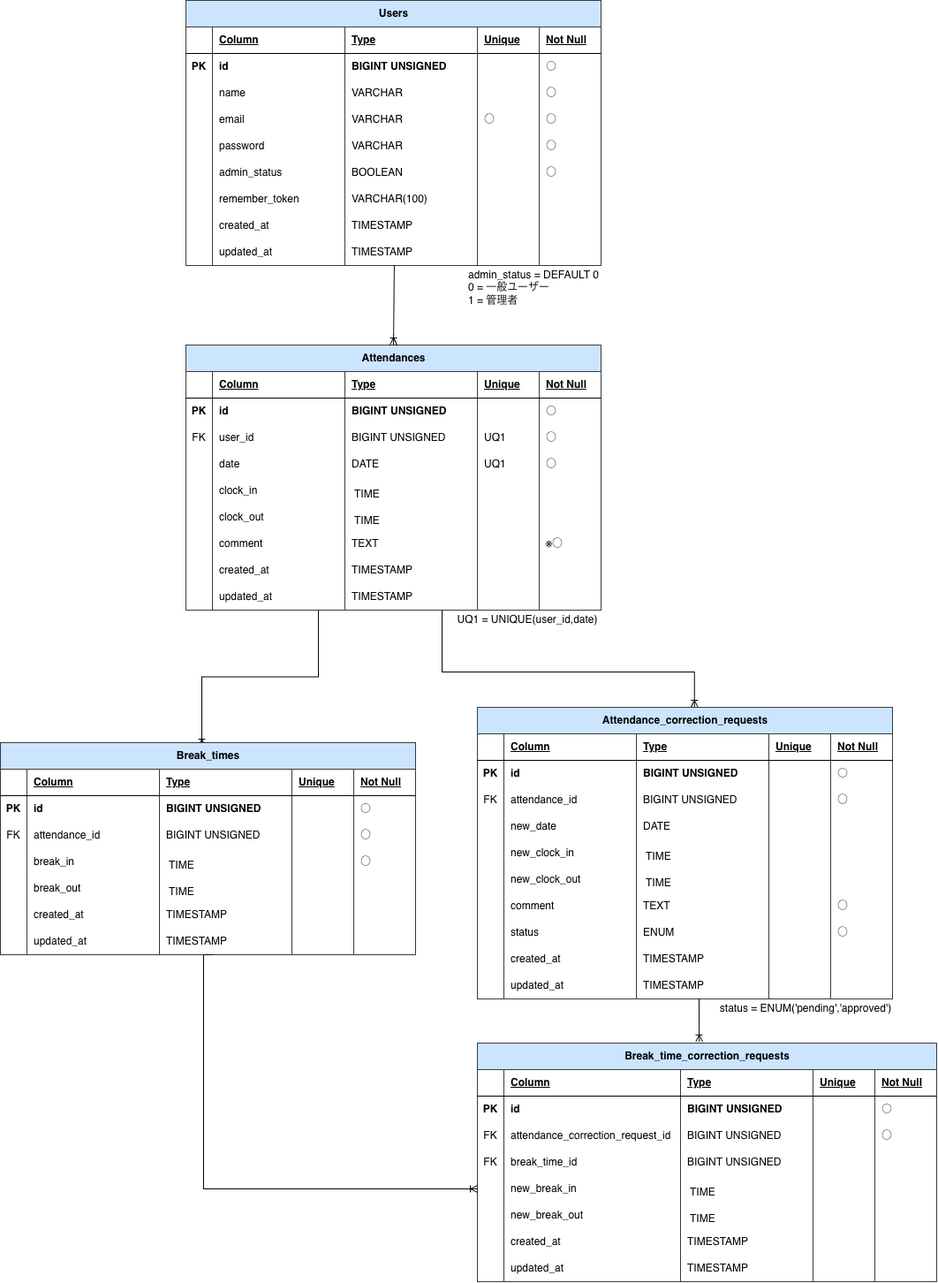
Above: docs/勤怠管理システム_ER図.drawio.png in Satoshi-Kamoshida/attendance-app (draw.io), before the change. Source tidied: cells renumbered, new cells last; positions are measured from the earlier drawing's top-left corner, leaving out a move shared by most shapes.
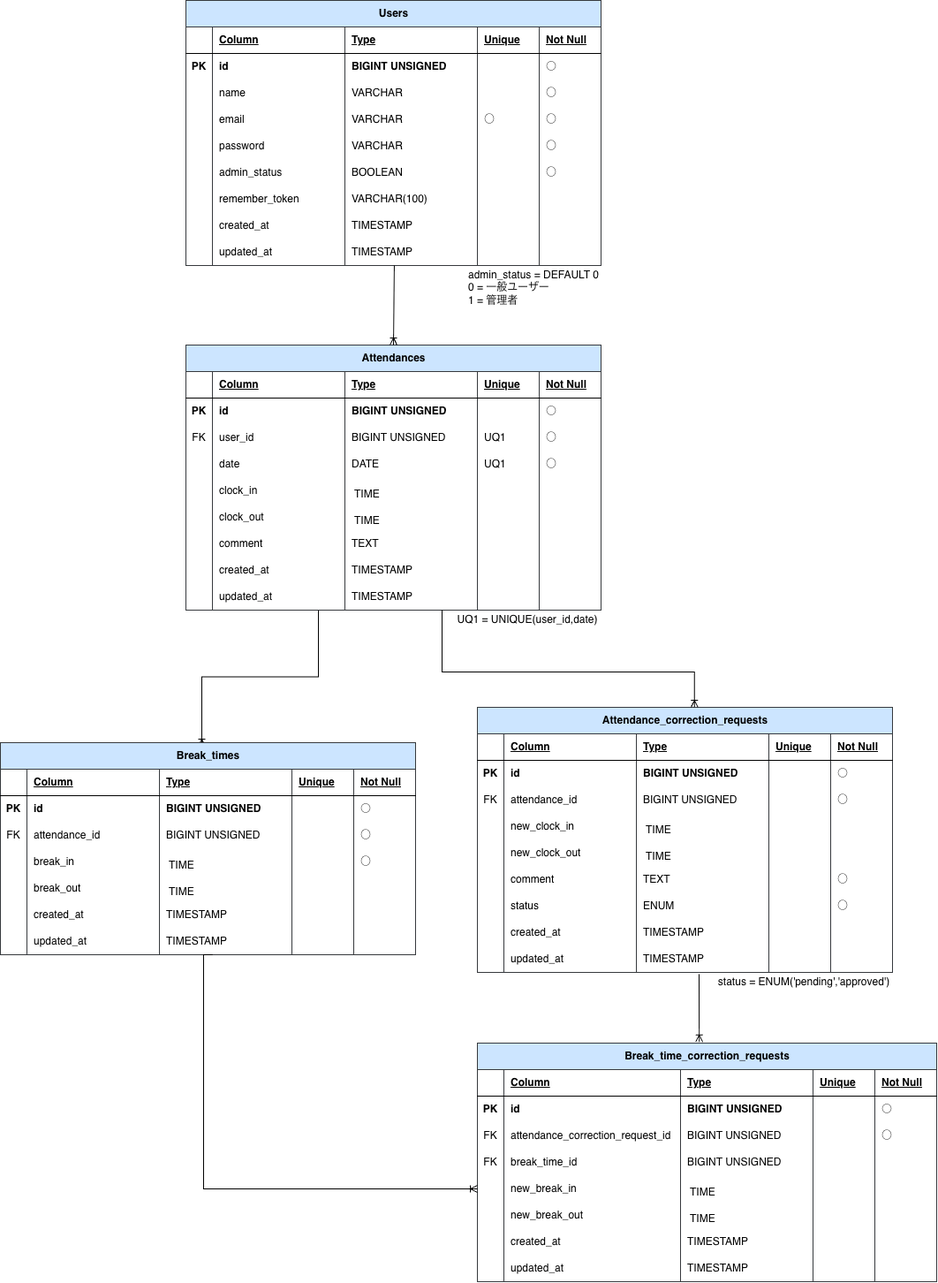
Later version of the same file.

The edit, as a diff of the source:
```diff
@@ -298,7 +298,7 @@
     <mxCell id="99" style="shape=partialRectangle;fillColor=none;top=0;left=0;bottom=0;right=0;align=left;spacingLeft=6;overflow=hidden;whiteSpace=wrap;html=1;" parent="95" vertex="1">
       <mxGeometry x="330" width="70" height="30" as="geometry" />
     </mxCell>
-    <mxCell id="100" value="※○" style="shape=partialRectangle;fillColor=none;top=0;left=0;bottom=0;right=0;align=left;spacingLeft=6;overflow=hidden;whiteSpace=wrap;html=1;" parent="95" vertex="1">
+    <mxCell id="100" style="shape=partialRectangle;fillColor=none;top=0;left=0;bottom=0;right=0;align=left;spacingLeft=6;overflow=hidden;whiteSpace=wrap;html=1;" parent="95" vertex="1">
       <mxGeometry x="400" width="70" height="30" as="geometry" />
     </mxCell>
     <mxCell id="101" style="shape=tableRow;horizontal=0;startSize=0;swimlaneHead=0;swimlaneBody=0;fillColor=none;top=0;left=0;right=0;bottom=0;" parent="58" vertex="1">
@@ -470,7 +470,7 @@
       <mxGeometry x="400" width="70" height="30" as="geometry" />
     </mxCell>
     <mxCell id="157" value="Attendance_correction_requests" style="shape=table;startSize=30;rowLines=0;fontStyle=1;align=center;html=1;fillColor=#cce5ff;strokeColor=#36393d;" parent="1" vertex="1">
-      <mxGeometry x="540" y="800" width="470" height="330" as="geometry" />
+      <mxGeometry x="540" y="800" width="470" height="300" as="geometry" />
     </mxCell>
     <mxCell id="158" style="shape=tableRow;horizontal=0;startSize=0;swimlaneHead=0;swimlaneBody=0;fillColor=none;top=0;left=0;right=0;bottom=1;" parent="157" vertex="1">
       <mxGeometry y="30" width="470" height="30" as="geometry" />
@@ -526,26 +526,8 @@
     <mxCell id="175" value="○" style="shape=partialRectangle;fillColor=none;top=0;left=0;bottom=0;right=0;align=left;spacingLeft=6;overflow=hidden;whiteSpace=wrap;html=1;" parent="170" vertex="1">
       <mxGeometry x="400" width="70" height="30" as="geometry" />
     </mxCell>
-    <mxCell id="176" style="shape=tableRow;horizontal=0;startSize=0;swimlaneHead=0;swimlaneBody=0;fillColor=none;top=0;left=0;right=0;bottom=0;" parent="157" vertex="1">
-      <mxGeometry y="120" width="470" height="30" as="geometry" />
-    </mxCell>
-    <mxCell id="177" style="shape=partialRectangle;fillColor=none;top=0;left=0;bottom=0;right=0;overflow=hidden;whiteSpace=wrap;html=1;" parent="176" vertex="1">
-      <mxGeometry width="30" height="30" as="geometry" />
-    </mxCell>
-    <mxCell id="178" value="new_date" style="shape=partialRectangle;fillColor=none;top=0;left=0;bottom=0;right=0;align=left;spacingLeft=6;overflow=hidden;whiteSpace=wrap;html=1;" parent="176" vertex="1">
-      <mxGeometry x="30" width="150" height="30" as="geometry" />
-    </mxCell>
-    <mxCell id="179" value="DATE" style="shape=partialRectangle;fillColor=none;top=0;left=0;bottom=0;right=0;align=left;spacingLeft=6;overflow=hidden;whiteSpace=wrap;html=1;" parent="176" vertex="1">
-      <mxGeometry x="180" width="150" height="30" as="geometry" />
-    </mxCell>
-    <mxCell id="180" style="shape=partialRectangle;fillColor=none;top=0;left=0;bottom=0;right=0;align=left;spacingLeft=6;overflow=hidden;whiteSpace=wrap;html=1;" parent="176" vertex="1">
-      <mxGeometry x="330" width="70" height="30" as="geometry" />
-    </mxCell>
-    <mxCell id="181" style="shape=partialRectangle;fillColor=none;top=0;left=0;bottom=0;right=0;align=left;spacingLeft=6;overflow=hidden;whiteSpace=wrap;html=1;" parent="176" vertex="1">
-      <mxGeometry x="400" width="70" height="30" as="geometry" />
-    </mxCell>
     <mxCell id="182" style="shape=tableRow;horizontal=0;startSize=0;swimlaneHead=0;swimlaneBody=0;fillColor=none;top=0;left=0;right=0;bottom=0;" parent="157" vertex="1">
-      <mxGeometry y="150" width="470" height="30" as="geometry" />
+      <mxGeometry y="120" width="470" height="30" as="geometry" />
     </mxCell>
     <mxCell id="183" style="shape=partialRectangle;fillColor=none;top=0;left=0;bottom=0;right=0;overflow=hidden;whiteSpace=wrap;html=1;" parent="182" vertex="1">
       <mxGeometry width="30" height="30" as="geometry" />
@@ -563,7 +545,7 @@
       <mxGeometry x="400" width="70" height="30" as="geometry" />
     </mxCell>
     <mxCell id="188" style="shape=tableRow;horizontal=0;startSize=0;swimlaneHead=0;swimlaneBody=0;fillColor=none;top=0;left=0;right=0;bottom=0;" parent="157" vertex="1">
-      <mxGeometry y="180" width="470" height="30" as="geometry" />
+      <mxGeometry y="150" width="470" height="30" as="geometry" />
     </mxCell>
     <mxCell id="189" style="shape=partialRectangle;fillColor=none;top=0;left=0;bottom=0;right=0;overflow=hidden;whiteSpace=wrap;html=1;" parent="188" vertex="1">
       <mxGeometry width="30" height="30" as="geometry" />
@@ -581,7 +563,7 @@
       <mxGeometry x="400" width="70" height="30" as="geometry" />
     </mxCell>
     <mxCell id="194" style="shape=tableRow;horizontal=0;startSize=0;swimlaneHead=0;swimlaneBody=0;fillColor=none;top=0;left=0;right=0;bottom=0;" parent="157" vertex="1">
-      <mxGeometry y="210" width="470" height="30" as="geometry" />
+      <mxGeometry y="180" width="470" height="30" as="geometry" />
     </mxCell>
     <mxCell id="195" style="shape=partialRectangle;fillColor=none;top=0;left=0;bottom=0;right=0;overflow=hidden;whiteSpace=wrap;html=1;" parent="194" vertex="1">
       <mxGeometry width="30" height="30" as="geometry" />
@@ -599,7 +581,7 @@
       <mxGeometry x="400" width="70" height="30" as="geometry" />
     </mxCell>
     <mxCell id="200" style="shape=tableRow;horizontal=0;startSize=0;swimlaneHead=0;swimlaneBody=0;fillColor=none;top=0;left=0;right=0;bottom=0;" parent="157" vertex="1">
-      <mxGeometry y="240" width="470" height="30" as="geometry" />
+      <mxGeometry y="210" width="470" height="30" as="geometry" />
     </mxCell>
     <mxCell id="201" style="shape=partialRectangle;fillColor=none;top=0;left=0;bottom=0;right=0;overflow=hidden;whiteSpace=wrap;html=1;" parent="200" vertex="1">
       <mxGeometry width="30" height="30" as="geometry" />
@@ -617,7 +599,7 @@
       <mxGeometry x="400" width="70" height="30" as="geometry" />
     </mxCell>
     <mxCell id="206" style="shape=tableRow;horizontal=0;startSize=0;swimlaneHead=0;swimlaneBody=0;fillColor=none;top=0;left=0;right=0;bottom=0;" parent="157" vertex="1">
-      <mxGeometry y="270" width="470" height="30" as="geometry" />
+      <mxGeometry y="240" width="470" height="30" as="geometry" />
     </mxCell>
     <mxCell id="207" style="shape=partialRectangle;fillColor=none;top=0;left=0;bottom=0;right=0;overflow=hidden;whiteSpace=wrap;html=1;" parent="206" vertex="1">
       <mxGeometry width="30" height="30" as="geometry" />
@@ -635,7 +617,7 @@
       <mxGeometry x="400" width="70" height="30" as="geometry" />
     </mxCell>
     <mxCell id="212" style="shape=tableRow;horizontal=0;startSize=0;swimlaneHead=0;swimlaneBody=0;fillColor=none;points=[[0,0.5],[1,0.5]];portConstraint=eastwest;top=0;left=0;right=0;bottom=0;" parent="157" vertex="1">
-      <mxGeometry y="300" width="470" height="30" as="geometry" />
+      <mxGeometry y="270" width="470" height="30" as="geometry" />
     </mxCell>
     <mxCell id="213" style="shape=partialRectangle;fillColor=none;top=0;left=0;bottom=0;right=0;overflow=hidden;whiteSpace=wrap;html=1;" parent="212" vertex="1">
       <mxGeometry width="30" height="30" as="geometry" />
@@ -814,10 +796,8 @@
         </Array>
       </mxGeometry>
     </mxCell>
-    <mxCell id="269" style="fontSize=12;html=1;endArrow=ERoneToMany;rounded=0;entryX=0.483;entryY=-0.005;entryDx=0;entryDy=0;entryPerimeter=0;" parent="1" edge="1" target="218">
-      <mxGeometry relative="1" as="geometry">
-        <mxPoint x="790.9" y="1130" as="sourcePoint" />
-      </mxGeometry>
+    <mxCell id="269" style="fontSize=12;html=1;endArrow=ERoneToMany;rounded=0;entryX=0.483;entryY=-0.005;entryDx=0;entryDy=0;entryPerimeter=0;exitX=0.534;exitY=1.064;exitDx=0;exitDy=0;exitPerimeter=0;" parent="1" edge="1" source="212" target="218">
+      <mxGeometry relative="1" as="geometry" />
     </mxCell>
     <mxCell id="270" style="fontSize=12;html=1;endArrow=ERoneToMany;rounded=0;edgeStyle=orthogonalEdgeStyle;entryX=0;entryY=0.5;entryDx=0;entryDy=0;exitX=0.511;exitY=1;exitDx=0;exitDy=0;exitPerimeter=0;" parent="1" edge="1" source="151" target="243">
       <mxGeometry relative="1" as="geometry">
@@ -828,7 +808,7 @@
       </mxGeometry>
     </mxCell>
     <mxCell id="271" value="status = ENUM('pending','approved')" style="text;html=1;whiteSpace=wrap;strokeColor=none;fillColor=none;align=center;verticalAlign=middle;rounded=0;" parent="1" vertex="1">
-      <mxGeometry x="812" y="1126" width="200" height="30" as="geometry" />
+      <mxGeometry x="810" y="1096" width="200" height="30" as="geometry" />
     </mxCell>
     <mxCell id="272" value="admin_status = DEFAULT 0&lt;div&gt;0 = 一般ユーザー&lt;/div&gt;&lt;div&gt;1 = 管理者&lt;/div&gt;" style="text;html=1;whiteSpace=wrap;strokeColor=none;fillColor=none;align=left;verticalAlign=middle;rounded=0;" parent="1" vertex="1">
       <mxGeometry x="528" y="300" width="180" height="50" as="geometry" />
```
